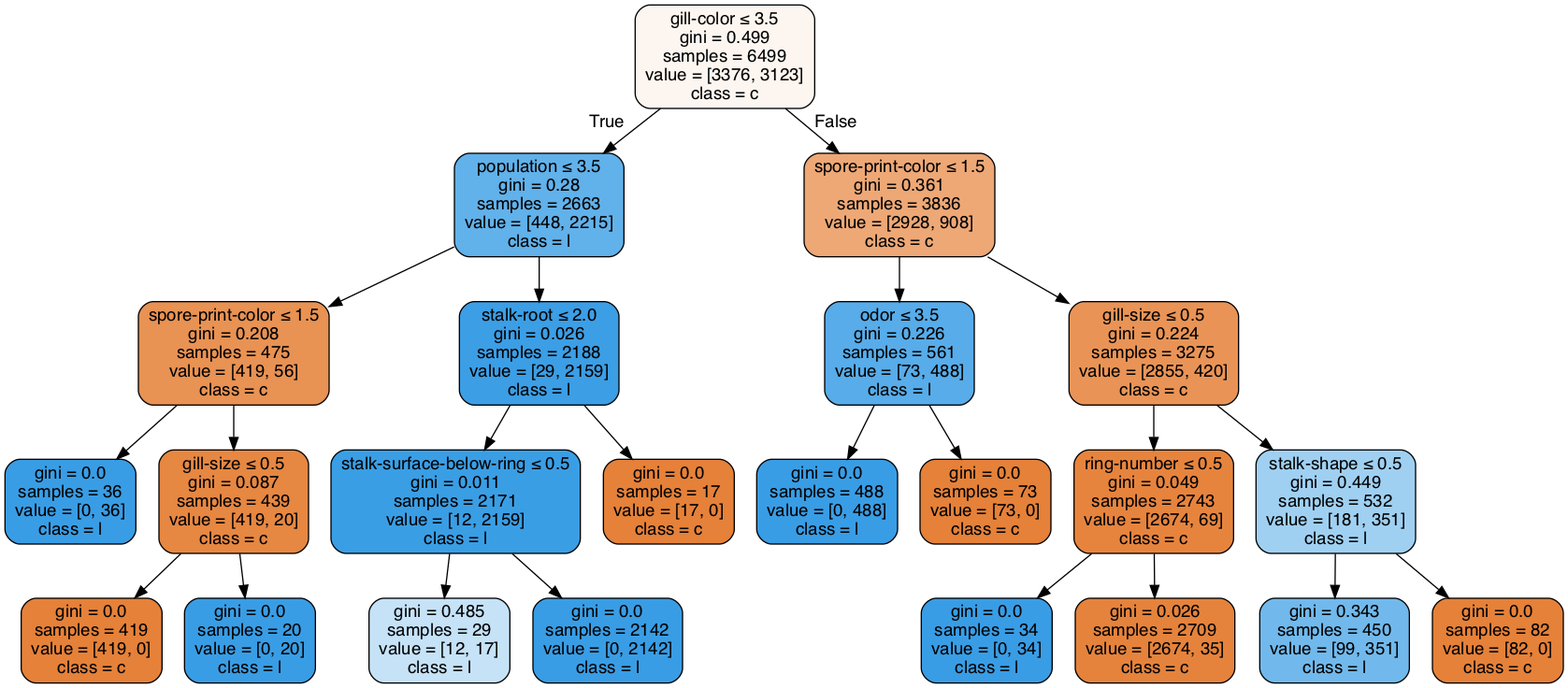
anhle199/Intro2AI-HCMUS keeps this Graphviz diagram as Lab02/clf-max-depth-4.gv.png. Above is the earlier version. Its source is kept beside it as Lab02/clf-max-depth-4.gv.
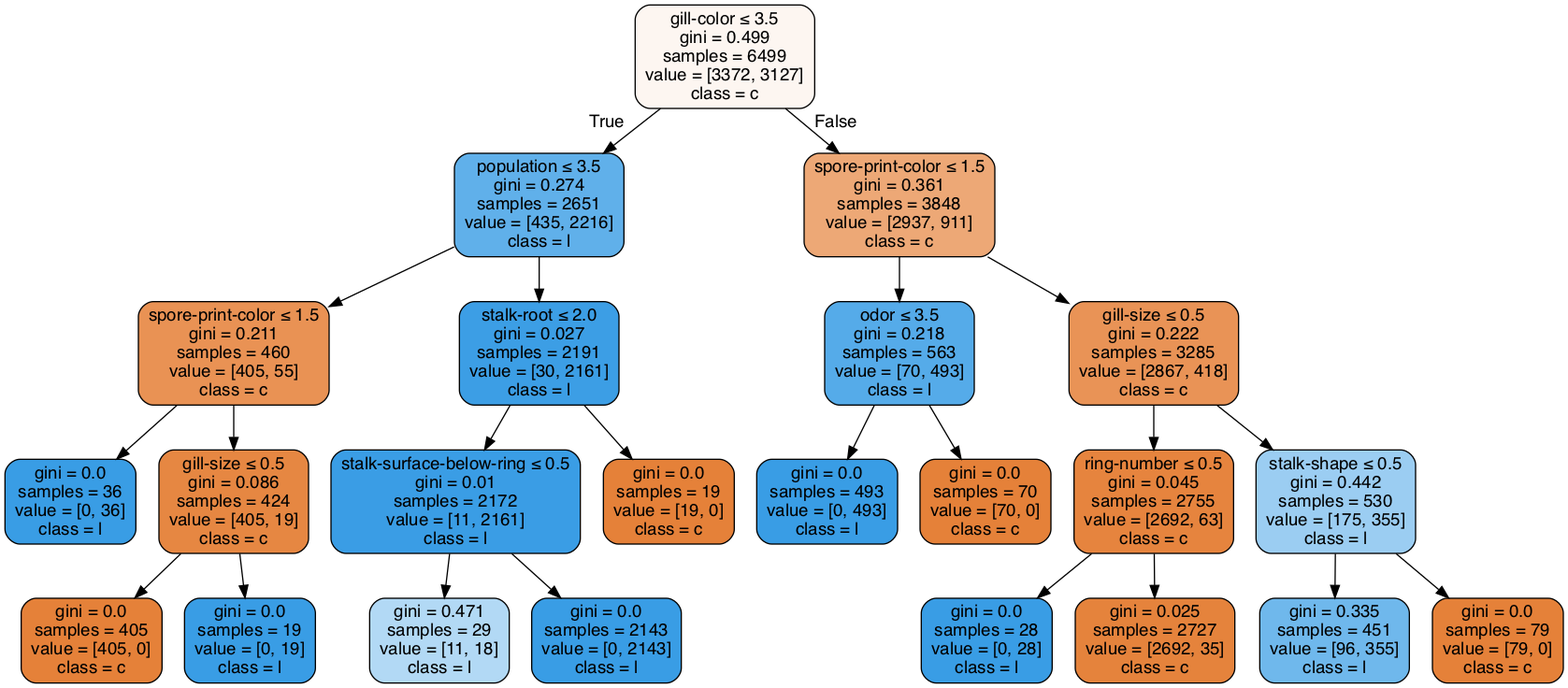
After the commit.

Change to the diagram source:
```diff
@@ -1,49 +1,49 @@
 digraph Tree {
 node [shape=box, style="filled, rounded", color="black", fontname=helvetica] ;
 edge [fontname=helvetica] ;
-0 [label=<gill-color &le; 3.5<br/>gini = 0.499<br/>samples = 6499<br/>value = [3376, 3123]<br/>class = c>, fillcolor="#fdf6f0"] ;
-1 [label=<population &le; 3.5<br/>gini = 0.28<br/>samples = 2663<br/>value = [448, 2215]<br/>class = l>, fillcolor="#61b1ea"] ;
+0 [label=<gill-color &le; 3.5<br/>gini = 0.499<br/>samples = 6499<br/>value = [3372, 3127]<br/>class = c>, fillcolor="#fdf6f1"] ;
+1 [label=<population &le; 3.5<br/>gini = 0.274<br/>samples = 2651<br/>value = [435, 2216]<br/>class = l>, fillcolor="#60b0ea"] ;
 0 -> 1 [labeldistance=2.5, labelangle=45, headlabel="True"] ;
-2 [label=<spore-print-color &le; 1.5<br/>gini = 0.208<br/>samples = 475<br/>value = [419, 56]<br/>class = c>, fillcolor="#e89253"] ;
+2 [label=<spore-print-color &le; 1.5<br/>gini = 0.211<br/>samples = 460<br/>value = [405, 55]<br/>class = c>, fillcolor="#e99254"] ;
 1 -> 2 ;
 3 [label=<gini = 0.0<br/>samples = 36<br/>value = [0, 36]<br/>class = l>, fillcolor="#399de5"] ;
 2 -> 3 ;
-4 [label=<gill-size &le; 0.5<br/>gini = 0.087<br/>samples = 439<br/>value = [419, 20]<br/>class = c>, fillcolor="#e68742"] ;
+4 [label=<gill-size &le; 0.5<br/>gini = 0.086<br/>samples = 424<br/>value = [405, 19]<br/>class = c>, fillcolor="#e68742"] ;
 2 -> 4 ;
-5 [label=<gini = 0.0<br/>samples = 419<br/>value = [419, 0]<br/>class = c>, fillcolor="#e58139"] ;
+5 [label=<gini = 0.0<br/>samples = 405<br/>value = [405, 0]<br/>class = c>, fillcolor="#e58139"] ;
 4 -> 5 ;
-6 [label=<gini = 0.0<br/>samples = 20<br/>value = [0, 20]<br/>class = l>, fillcolor="#399de5"] ;
+6 [label=<gini = 0.0<br/>samples = 19<br/>value = [0, 19]<br/>class = l>, fillcolor="#399de5"] ;
 4 -> 6 ;
-7 [label=<stalk-root &le; 2.0<br/>gini = 0.026<br/>samples = 2188<br/>value = [29, 2159]<br/>class = l>, fillcolor="#3c9ee5"] ;
+7 [label=<stalk-root &le; 2.0<br/>gini = 0.027<br/>samples = 2191<br/>value = [30, 2161]<br/>class = l>, fillcolor="#3c9ee5"] ;
 1 -> 7 ;
-8 [label=<stalk-surface-below-ring &le; 0.5<br/>gini = 0.011<br/>samples = 2171<br/>value = [12, 2159]<br/>class = l>, fillcolor="#3a9ee5"] ;
+8 [label=<stalk-surface-below-ring &le; 0.5<br/>gini = 0.01<br/>samples = 2172<br/>value = [11, 2161]<br/>class = l>, fillcolor="#3a9de5"] ;
 7 -> 8 ;
-9 [label=<gini = 0.485<br/>samples = 29<br/>value = [12, 17]<br/>class = l>, fillcolor="#c5e2f7"] ;
+9 [label=<gini = 0.471<br/>samples = 29<br/>value = [11, 18]<br/>class = l>, fillcolor="#b2d9f5"] ;
 8 -> 9 ;
-10 [label=<gini = 0.0<br/>samples = 2142<br/>value = [0, 2142]<br/>class = l>, fillcolor="#399de5"] ;
+10 [label=<gini = 0.0<br/>samples = 2143<br/>value = [0, 2143]<br/>class = l>, fillcolor="#399de5"] ;
 8 -> 10 ;
-11 [label=<gini = 0.0<br/>samples = 17<br/>value = [17, 0]<br/>class = c>, fillcolor="#e58139"] ;
+11 [label=<gini = 0.0<br/>samples = 19<br/>value = [19, 0]<br/>class = c>, fillcolor="#e58139"] ;
 7 -> 11 ;
-12 [label=<spore-print-color &le; 1.5<br/>gini = 0.361<br/>samples = 3836<br/>value = [2928, 908]<br/>class = c>, fillcolor="#eda876"] ;
+12 [label=<spore-print-color &le; 1.5<br/>gini = 0.361<br/>samples = 3848<br/>value = [2937, 911]<br/>class = c>, fillcolor="#eda876"] ;
 0 -> 12 [labeldistance=2.5, labelangle=-45, headlabel="False"] ;
-13 [label=<odor &le; 3.5<br/>gini = 0.226<br/>samples = 561<br/>value = [73, 488]<br/>class = l>, fillcolor="#57ace9"] ;
+13 [label=<odor &le; 3.5<br/>gini = 0.218<br/>samples = 563<br/>value = [70, 493]<br/>class = l>, fillcolor="#55abe9"] ;
 12 -> 13 ;
-14 [label=<gini = 0.0<br/>samples = 488<br/>value = [0, 488]<br/>class = l>, fillcolor="#399de5"] ;
+14 [label=<gini = 0.0<br/>samples = 493<br/>value = [0, 493]<br/>class = l>, fillcolor="#399de5"] ;
 13 -> 14 ;
-15 [label=<gini = 0.0<br/>samples = 73<br/>value = [73, 0]<br/>class = c>, fillcolor="#e58139"] ;
+15 [label=<gini = 0.0<br/>samples = 70<br/>value = [70, 0]<br/>class = c>, fillcolor="#e58139"] ;
 13 -> 15 ;
-16 [label=<gill-size &le; 0.5<br/>gini = 0.224<br/>samples = 3275<br/>value = [2855, 420]<br/>class = c>, fillcolor="#e99456"] ;
+16 [label=<gill-size &le; 0.5<br/>gini = 0.222<br/>samples = 3285<br/>value = [2867, 418]<br/>class = c>, fillcolor="#e99356"] ;
 12 -> 16 ;
-17 [label=<ring-number &le; 0.5<br/>gini = 0.049<br/>samples = 2743<br/>value = [2674, 69]<br/>class = c>, fillcolor="#e6843e"] ;
+17 [label=<ring-number &le; 0.5<br/>gini = 0.045<br/>samples = 2755<br/>value = [2692, 63]<br/>class = c>, fillcolor="#e6843e"] ;
 16 -> 17 ;
-18 [label=<gini = 0.0<br/>samples = 34<br/>value = [0, 34]<br/>class = l>, fillcolor="#399de5"] ;
+18 [label=<gini = 0.0<br/>samples = 28<br/>value = [0, 28]<br/>class = l>, fillcolor="#399de5"] ;
 17 -> 18 ;
-19 [label=<gini = 0.026<br/>samples = 2709<br/>value = [2674, 35]<br/>class = c>, fillcolor="#e5833c"] ;
+19 [label=<gini = 0.025<br/>samples = 2727<br/>value = [2692, 35]<br/>class = c>, fillcolor="#e5833c"] ;
 17 -> 19 ;
-20 [label=<stalk-shape &le; 0.5<br/>gini = 0.449<br/>samples = 532<br/>value = [181, 351]<br/>class = l>, fillcolor="#9fd0f2"] ;
+20 [label=<stalk-shape &le; 0.5<br/>gini = 0.442<br/>samples = 530<br/>value = [175, 355]<br/>class = l>, fillcolor="#9bcdf2"] ;
 16 -> 20 ;
-21 [label=<gini = 0.343<br/>samples = 450<br/>value = [99, 351]<br/>class = l>, fillcolor="#71b9ec"] ;
+21 [label=<gini = 0.335<br/>samples = 451<br/>value = [96, 355]<br/>class = l>, fillcolor="#6fb8ec"] ;
 20 -> 21 ;
-22 [label=<gini = 0.0<br/>samples = 82<br/>value = [82, 0]<br/>class = c>, fillcolor="#e58139"] ;
+22 [label=<gini = 0.0<br/>samples = 79<br/>value = [79, 0]<br/>class = c>, fillcolor="#e58139"] ;
 20 -> 22 ;
 }
```
